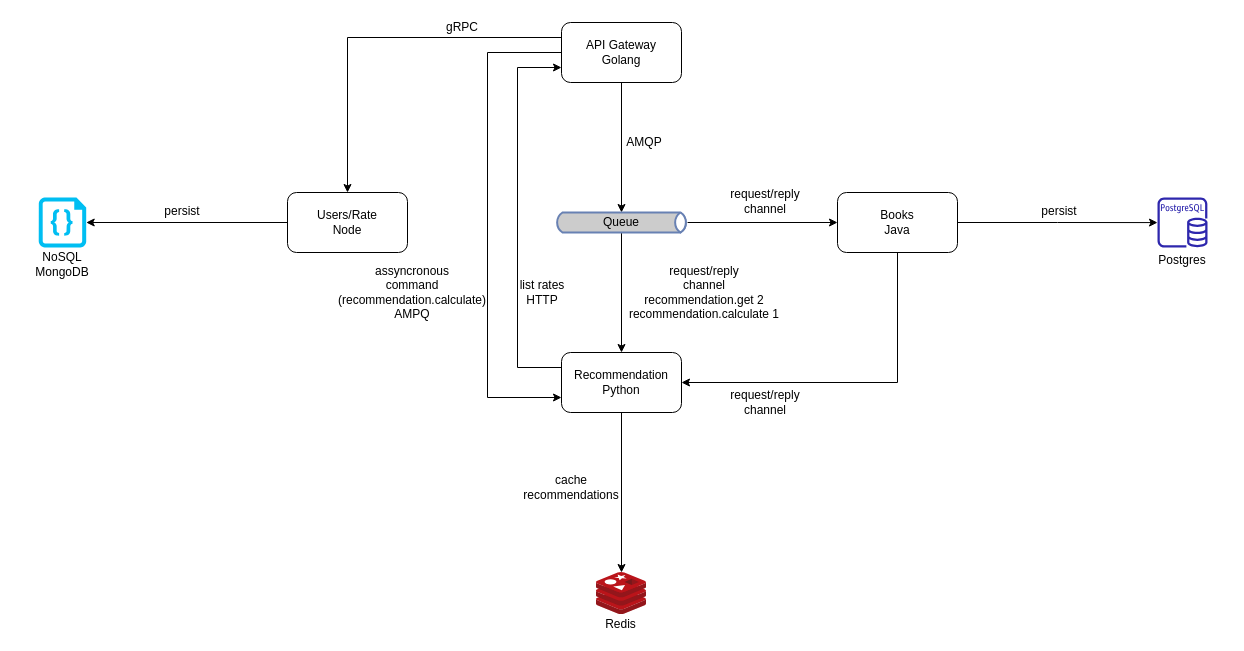
Earlier version of the draw.io diagram architecture/book-recommendations.drawio (juliocesarscheidt/book-recommendations-v2). Source tidied: cells renumbered, new cells numbered last; positions are measured from the earlier drawing's top-left corner, leaving out a move shared by most shapes. Both pictures are drawn from the tidied source at 100%, with x=0, y=0 at pixel (17, 17).
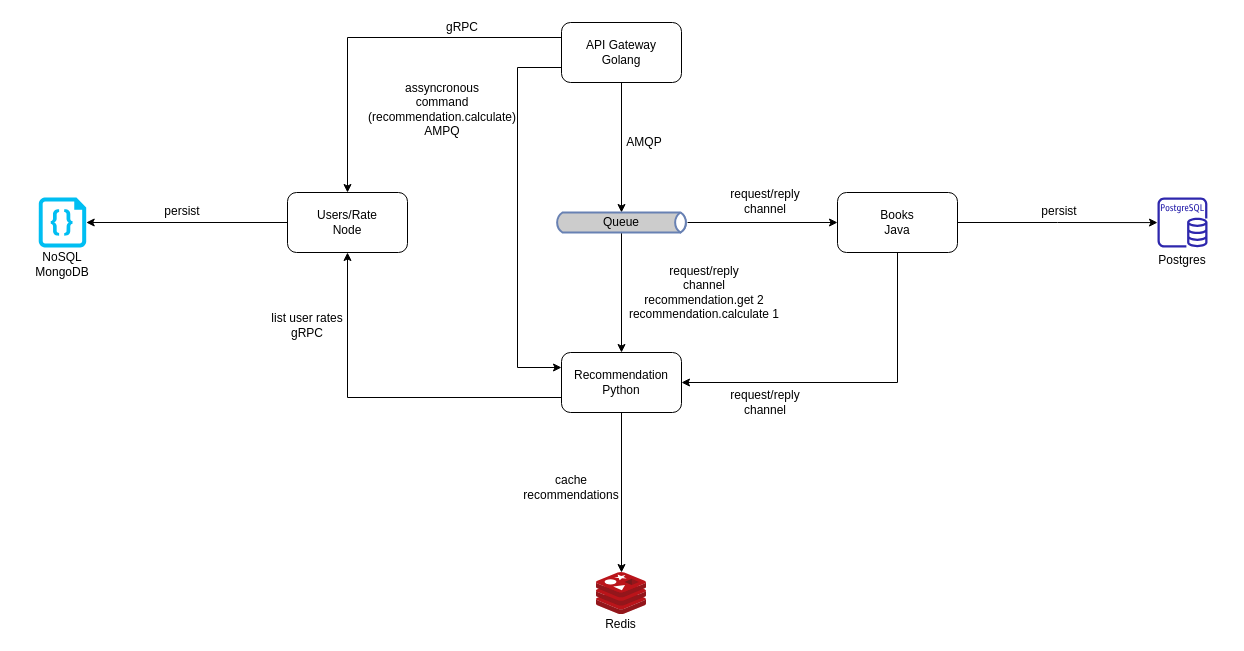
The same diagram, later.

Unchanged cells that the change refers to:
```xml
<mxCell id="4" value="API Gateway&lt;br&gt;Golang" style="rounded=1;whiteSpace=wrap;html=1;" parent="1" vertex="1">
  <mxGeometry x="544" y="5" width="120" height="60" as="geometry" />
</mxCell>
<mxCell id="7" value="Users/Rate&lt;br&gt;Node" style="rounded=1;whiteSpace=wrap;html=1;" parent="1" vertex="1">
  <mxGeometry x="270" y="175" width="120" height="60" as="geometry" />
</mxCell>
<mxCell id="13" value="Recommendation&lt;br&gt;Python" style="rounded=1;whiteSpace=wrap;html=1;" parent="1" vertex="1">
  <mxGeometry x="544" y="335" width="120" height="60" as="geometry" />
</mxCell>
```

The edit, as a diff of the source:
```diff
@@
-    <mxCell id="6" style="edgeStyle=orthogonalEdgeStyle;rounded=0;jettySize=auto;html=1;entryX=0;entryY=0.75;entryDx=0;entryDy=0;exitX=0;exitY=0.5;exitDx=0;exitDy=0;" parent="1" edge="1" source="4" target="13">
+    <mxCell id="6" style="edgeStyle=orthogonalEdgeStyle;rounded=0;jettySize=auto;html=1;entryX=0;entryY=0.25;entryDx=0;entryDy=0;exitX=0;exitY=0.75;exitDx=0;exitDy=0;" parent="1" edge="1" source="4" target="13">
       <mxGeometry relative="1" as="geometry">
         <Array as="points">
-          <mxPoint x="470" y="35" />
-          <mxPoint x="470" y="380" />
+          <mxPoint x="500" y="50" />
+          <mxPoint x="500" y="350" />
         </Array>
       </mxGeometry>
     </mxCell>
@@
-    <mxCell id="12" style="edgeStyle=orthogonalEdgeStyle;rounded=0;jettySize=auto;html=1;exitX=0;exitY=0.25;exitDx=0;exitDy=0;entryX=0;entryY=0.75;entryDx=0;entryDy=0;" parent="1" edge="1" source="13" target="4">
-      <mxGeometry relative="1" as="geometry">
-        <Array as="points">
-          <mxPoint x="500" y="350" />
-          <mxPoint x="500" y="50" />
-        </Array>
-      </mxGeometry>
-    </mxCell>
+    <mxCell id="34" style="edgeStyle=orthogonalEdgeStyle;rounded=0;jettySize=auto;html=1;exitX=0;exitY=0.75;exitDx=0;exitDy=0;entryX=0.5;entryY=1;entryDx=0;entryDy=0;" parent="1" edge="1" source="13" target="7">
+      <mxGeometry relative="1" as="geometry" />
+    </mxCell>
@@
     <mxCell id="28" value="&lt;div&gt;assyncronous&lt;/div&gt;&lt;div&gt;command&lt;/div&gt;&lt;div&gt;(recommendation.calculate)&lt;br&gt;AMPQ&lt;/div&gt;" style="text;html=1;strokeColor=none;fillColor=none;align=center;verticalAlign=middle;whiteSpace=wrap;rounded=0;" parent="1" vertex="1">
-      <mxGeometry x="320" y="247.8" width="150" height="54.5" as="geometry" />
+      <mxGeometry x="350" y="65" width="150" height="54.5" as="geometry" />
     </mxCell>
@@
-    <mxCell id="33" value="&lt;div&gt;list rates&lt;br&gt;HTTP&lt;/div&gt;" style="text;html=1;strokeColor=none;fillColor=none;align=center;verticalAlign=middle;whiteSpace=wrap;rounded=0;" parent="1" vertex="1">
-      <mxGeometry x="500" y="247.8" width="50" height="54.5" as="geometry" />
-    </mxCell>
+    <mxCell id="35" value="&lt;div&gt;list user rates&lt;br&gt;gRPC&lt;/div&gt;" style="text;html=1;strokeColor=none;fillColor=none;align=center;verticalAlign=middle;whiteSpace=wrap;rounded=0;" parent="1" vertex="1">
+      <mxGeometry x="250" y="280.5" width="80" height="54.5" as="geometry" />
+    </mxCell>
```
